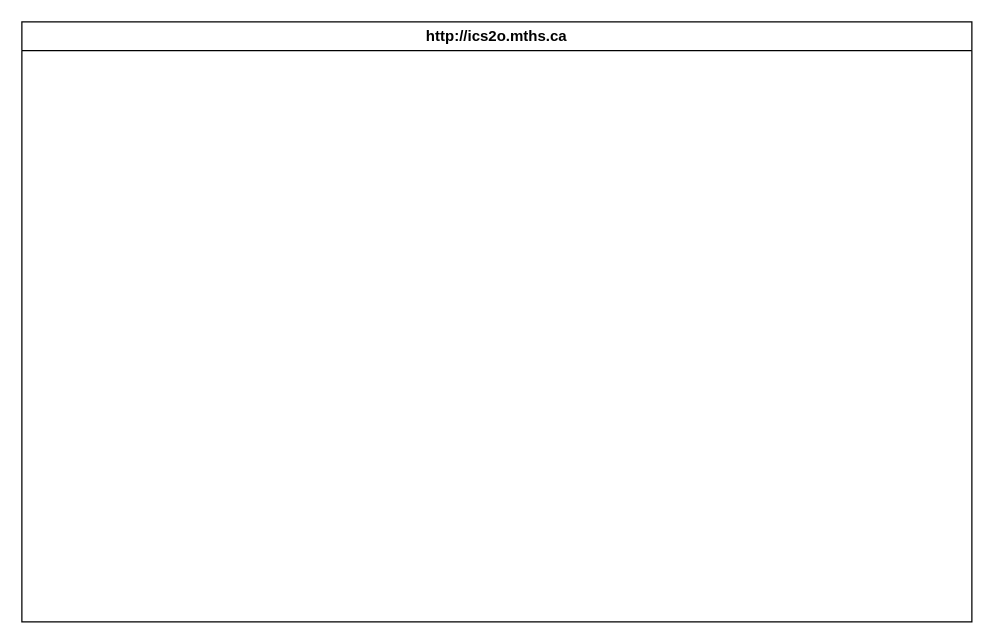
The draw.io diagram design/storyboard.drawio in Gabriel-Zanardi/ICD2O-Unit-6-01-PWA-Gabriel-Zanardi, before the edit. Source tidied: cells renumbered, new cells numbered last; positions are measured from the earlier drawing's top-left corner, leaving out a move shared by most shapes. Both pictures are drawn from the tidied source at 125%, with x=0, y=0 at pixel (21, 21).
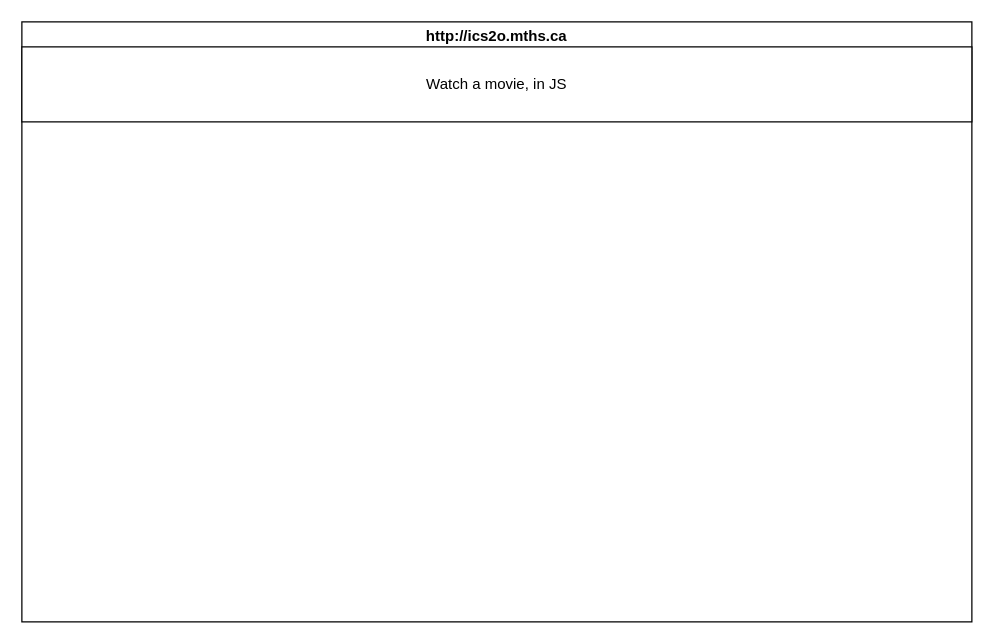
The same page after the edit.

Commit message:
init storyboard

Change to the diagram source:
```diff
@@
 <mxGraphModel>
   <root>
     <mxCell id="0" />
     <mxCell id="1" parent="0" />
     <mxCell id="2" value="http://ics2o.mths.ca" style="swimlane;whiteSpace=wrap;html=1;" parent="1" vertex="1">
       <mxGeometry width="760" height="480" as="geometry" />
     </mxCell>
+    <mxCell id="3" style="rounded=0;whiteSpace=wrap;html=1;" parent="2" vertex="1">
+      <mxGeometry y="20" width="760" height="60" as="geometry" />
+    </mxCell>
+    <mxCell id="4" value="Watch a movie, in JS" style="text;html=1;strokeColor=none;fillColor=none;align=center;verticalAlign=middle;whiteSpace=wrap;rounded=0;" parent="2" vertex="1">
+      <mxGeometry x="320" y="35" width="120" height="30" as="geometry" />
+    </mxCell>
   </root>
 </mxGraphModel>
```
